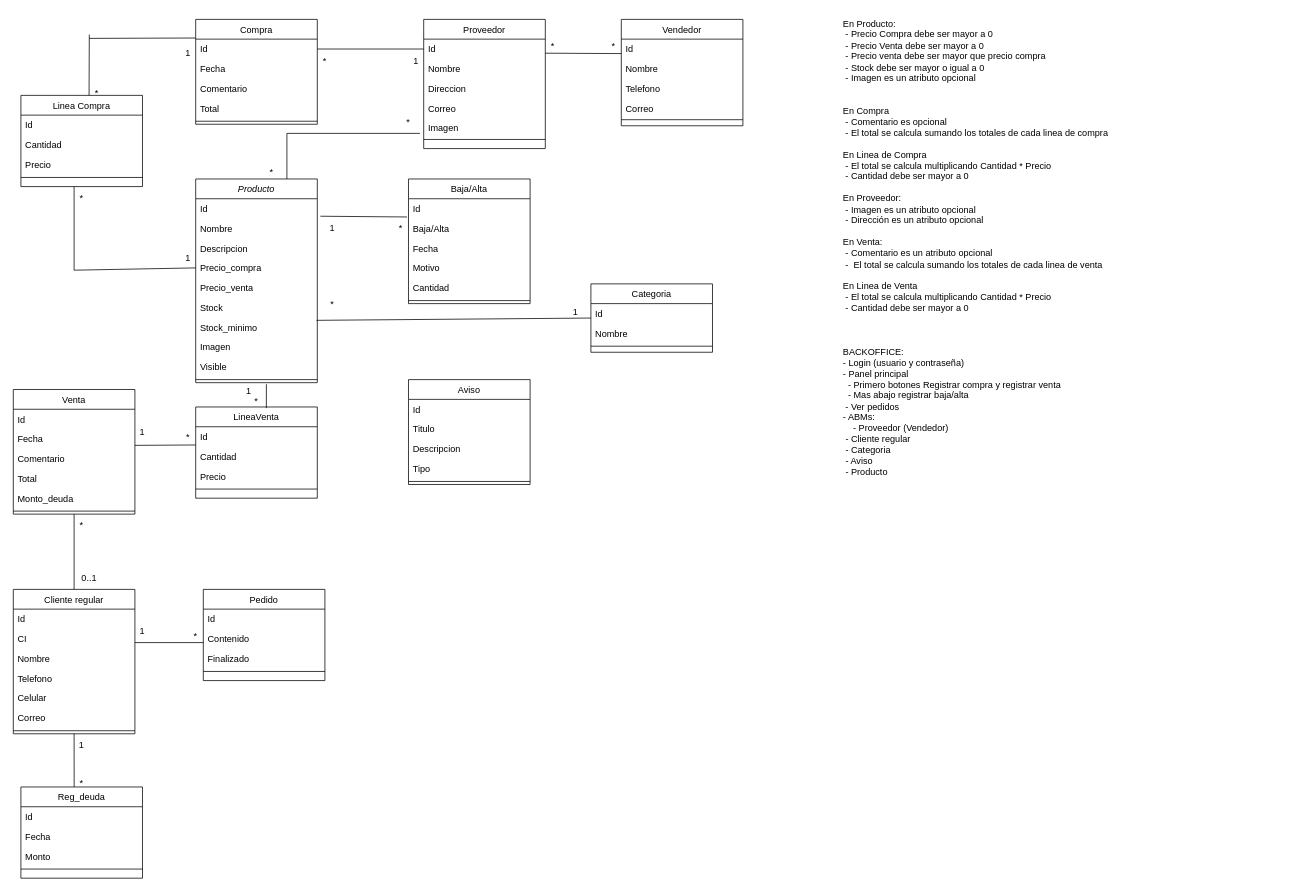
Before: despensa_rincon.drawio in Alexis-P252/despensaRinconBackend, a draw.io diagram. Source tidied: cells renumbered, new cells numbered last; positions are measured from the earlier drawing's top-left corner, leaving out a move shared by most shapes. Both pictures are drawn from the tidied source at 76%, with x=0, y=0 at pixel (13, 13).
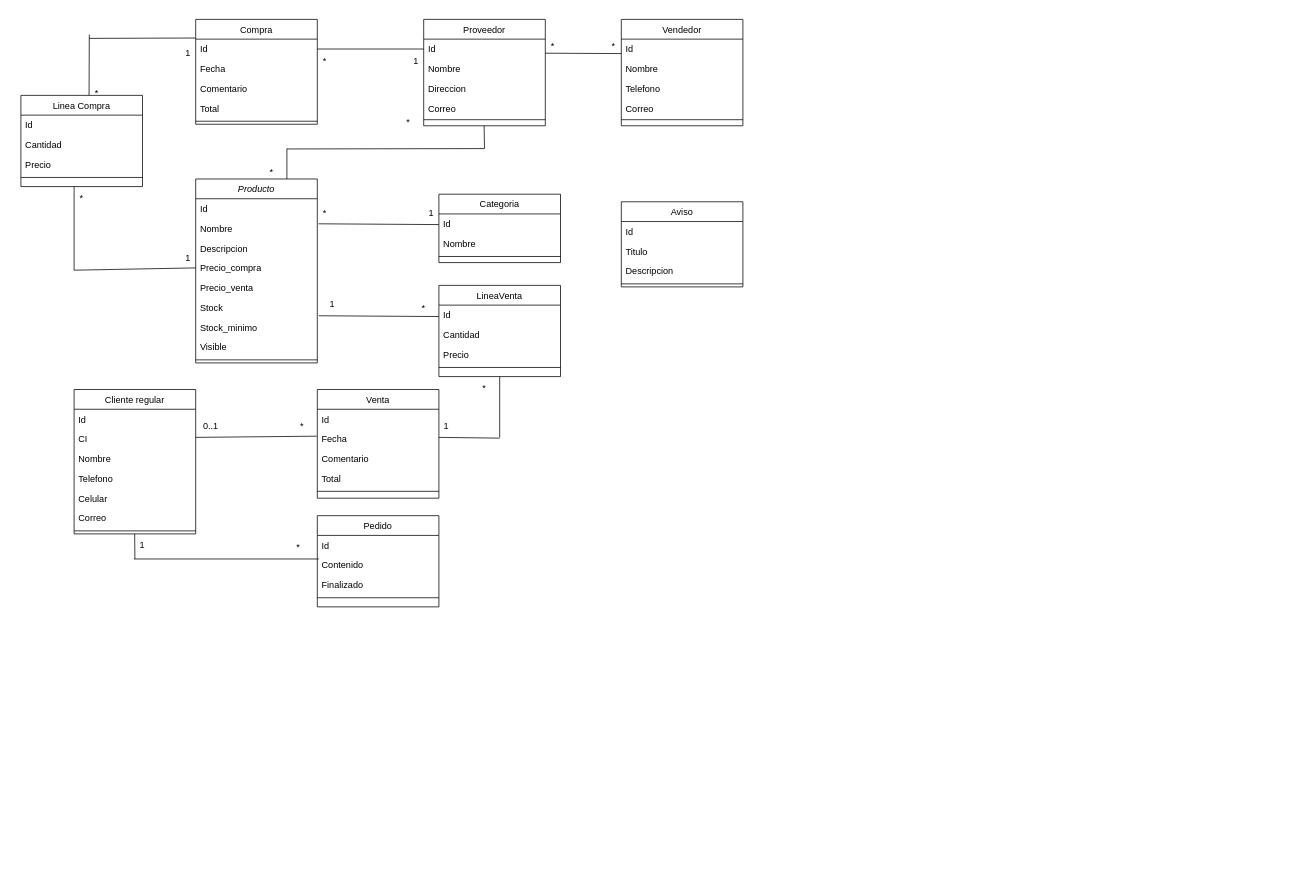
After the change.

Unchanged cells that the change refers to:
```xml
<mxCell id="4" value="Nombre" style="text;align=left;verticalAlign=top;spacingLeft=4;spacingRight=4;overflow=hidden;points=[[0,0.5],[1,0.5]];portConstraint=eastwest;rounded=0;shadow=0;html=0;" parent="2" vertex="1">
  <mxGeometry y="52" width="160" height="26" as="geometry" />
</mxCell>
<mxCell id="15" value="Fecha" style="text;align=left;verticalAlign=top;spacingLeft=4;spacingRight=4;overflow=hidden;points=[[0,0.5],[1,0.5]];portConstraint=eastwest;rounded=0;shadow=0;html=0;" parent="13" vertex="1">
  <mxGeometry y="52" width="160" height="26" as="geometry" />
</mxCell>
<mxCell id="114" value="*" style="text;html=1;strokeColor=none;fillColor=none;align=center;verticalAlign=middle;whiteSpace=wrap;rounded=0;" parent="1" vertex="1">
  <mxGeometry x="490" y="128" width="60" height="30" as="geometry" />
</mxCell>
```

The edit, as a diff of the source:
```diff
@@
     <mxCell id="2" value="Producto" style="swimlane;fontStyle=2;align=center;verticalAlign=top;horizontal=1;startSize=26;rounded=0;shadow=0;strokeWidth=1;" parent="1" vertex="1">
-      <mxGeometry x="240" y="218" width="160" height="268" as="geometry" />
+      <mxGeometry x="240" y="218" width="160" height="242" as="geometry" />
     </mxCell>
@@
-    <mxCell id="10" value="Imagen" style="text;align=left;verticalAlign=top;spacingLeft=4;spacingRight=4;overflow=hidden;rounded=0;shadow=0;html=0;" parent="2" vertex="1">
-      <mxGeometry y="208" width="160" height="26" as="geometry" />
-    </mxCell>
     <mxCell id="11" value="Visible" style="text;align=left;verticalAlign=top;spacingLeft=4;spacingRight=4;overflow=hidden;rounded=0;shadow=0;html=0;" parent="2" vertex="1">
-      <mxGeometry y="234" width="160" height="26" as="geometry" />
+      <mxGeometry y="208" width="160" height="26" as="geometry" />
     </mxCell>
     <mxCell id="12" style="line;html=1;strokeWidth=1;align=left;verticalAlign=middle;spacingTop=-1;spacingLeft=3;spacingRight=3;labelPosition=right;" parent="2" vertex="1">
-      <mxGeometry y="260" width="160" height="8" as="geometry" />
+      <mxGeometry y="234" width="160" height="8" as="geometry" />
     </mxCell>
     <mxCell id="13" value="Venta" style="swimlane;fontStyle=0;align=center;verticalAlign=top;horizontal=1;startSize=26;rounded=0;shadow=0;strokeWidth=1;" parent="1" vertex="1">
-      <mxGeometry y="495" width="160" height="164" as="geometry" />
+      <mxGeometry x="400" y="495" width="160" height="143" as="geometry" />
     </mxCell>
@@
-    <mxCell id="18" value="Monto_deuda" style="text;align=left;verticalAlign=top;spacingLeft=4;spacingRight=4;overflow=hidden;rounded=0;shadow=0;html=0;" parent="13" vertex="1">
-      <mxGeometry y="130" width="160" height="26" as="geometry" />
-    </mxCell>
     <mxCell id="19" style="line;html=1;strokeWidth=1;align=left;verticalAlign=middle;spacingTop=-1;spacingLeft=3;spacingRight=3;labelPosition=right;" parent="13" vertex="1">
-      <mxGeometry y="156" width="160" height="8" as="geometry" />
+      <mxGeometry y="130" width="160" height="8" as="geometry" />
     </mxCell>
@@
     <mxCell id="26" value="Proveedor" style="swimlane;fontStyle=0;align=center;verticalAlign=top;horizontal=1;startSize=26;rounded=0;shadow=0;strokeWidth=1;" parent="1" vertex="1">
-      <mxGeometry x="540" y="8" width="160" height="170" as="geometry" />
+      <mxGeometry x="540" y="8" width="160" height="140" as="geometry" />
     </mxCell>
@@
-    <mxCell id="31" value="Imagen" style="text;align=left;verticalAlign=top;spacingLeft=4;spacingRight=4;overflow=hidden;rounded=0;shadow=0;html=0;" parent="26" vertex="1">
-      <mxGeometry y="130" width="160" height="26" as="geometry" />
-    </mxCell>
     <mxCell id="32" style="line;html=1;strokeWidth=1;align=left;verticalAlign=middle;spacingTop=-1;spacingLeft=3;spacingRight=3;labelPosition=right;" parent="26" vertex="1">
-      <mxGeometry y="156" width="160" height="4" as="geometry" />
+      <mxGeometry y="130" width="160" height="4" as="geometry" />
     </mxCell>
@@
     <mxCell id="38" value="LineaVenta" style="swimlane;fontStyle=0;align=center;verticalAlign=top;horizontal=1;startSize=26;rounded=0;shadow=0;strokeWidth=1;" parent="1" vertex="1">
-      <mxGeometry x="240" y="518" width="160" height="120" as="geometry" />
+      <mxGeometry x="560" y="358" width="160" height="120" as="geometry" />
     </mxCell>
@@
-    <mxCell id="43" value="Baja/Alta" style="swimlane;fontStyle=0;align=center;verticalAlign=top;horizontal=1;startSize=26;rounded=0;shadow=0;strokeWidth=1;" parent="1" vertex="1">
-      <mxGeometry x="520" y="218" width="160" height="164" as="geometry" />
-    </mxCell>
-    <mxCell id="44" value="Id" style="text;align=left;verticalAlign=top;spacingLeft=4;spacingRight=4;overflow=hidden;points=[[0,0.5],[1,0.5]];portConstraint=eastwest;" parent="43" vertex="1">
-      <mxGeometry y="26" width="160" height="26" as="geometry" />
-    </mxCell>
-    <mxCell id="45" value="Baja/Alta" style="text;align=left;verticalAlign=top;spacingLeft=4;spacingRight=4;overflow=hidden;" parent="43" vertex="1">
-      <mxGeometry y="52" width="160" height="26" as="geometry" />
-    </mxCell>
-    <mxCell id="46" value="Fecha" style="text;align=left;verticalAlign=top;spacingLeft=4;spacingRight=4;overflow=hidden;" parent="43" vertex="1">
-      <mxGeometry y="78" width="160" height="26" as="geometry" />
-    </mxCell>
-    <mxCell id="47" value="Motivo" style="text;align=left;verticalAlign=top;spacingLeft=4;spacingRight=4;overflow=hidden;" parent="43" vertex="1">
-      <mxGeometry y="104" width="160" height="26" as="geometry" />
-    </mxCell>
-    <mxCell id="48" value="Cantidad" style="text;align=left;verticalAlign=top;spacingLeft=4;spacingRight=4;overflow=hidden;" parent="43" vertex="1">
-      <mxGeometry y="130" width="160" height="26" as="geometry" />
-    </mxCell>
-    <mxCell id="49" style="line;html=1;strokeWidth=1;align=left;verticalAlign=middle;spacingTop=-1;spacingLeft=3;spacingRight=3;labelPosition=right;" parent="43" vertex="1">
-      <mxGeometry y="156" width="160" height="8" as="geometry" />
-    </mxCell>
     <mxCell id="50" value="Aviso" style="swimlane;fontStyle=0;align=center;verticalAlign=top;horizontal=1;startSize=26;rounded=0;shadow=0;strokeWidth=1;" parent="1" vertex="1">
-      <mxGeometry x="520" y="482" width="160" height="138" as="geometry" />
+      <mxGeometry x="800" y="248" width="160" height="112" as="geometry" />
     </mxCell>
@@
-    <mxCell id="54" value="Tipo" style="text;align=left;verticalAlign=top;spacingLeft=4;spacingRight=4;overflow=hidden;" parent="50" vertex="1">
-      <mxGeometry y="104" width="160" height="26" as="geometry" />
-    </mxCell>
     <mxCell id="55" style="line;html=1;strokeWidth=1;align=left;verticalAlign=middle;spacingTop=-1;spacingLeft=3;spacingRight=3;labelPosition=right;" parent="50" vertex="1">
-      <mxGeometry y="130" width="160" height="8" as="geometry" />
+      <mxGeometry y="104" width="160" height="8" as="geometry" />
     </mxCell>
-    <mxCell id="56" style="endArrow=none;html=1;rounded=0;entryX=-0.012;entryY=0.923;entryDx=0;entryDy=0;entryPerimeter=0;exitX=1.025;exitY=-0.115;exitDx=0;exitDy=0;exitPerimeter=0;" parent="1" edge="1" source="4" target="44">
-      <mxGeometry relative="1" as="geometry" />
-    </mxCell>
-    <mxCell id="57" value="1" style="text;html=1;strokeColor=none;fillColor=none;align=center;verticalAlign=middle;whiteSpace=wrap;rounded=0;" parent="1" vertex="1">
-      <mxGeometry x="390" y="268" width="60" height="30" as="geometry" />
-    </mxCell>
-    <mxCell id="58" value="*" style="text;html=1;strokeColor=none;fillColor=none;align=center;verticalAlign=middle;whiteSpace=wrap;rounded=0;" parent="1" vertex="1">
-      <mxGeometry x="480" y="268" width="60" height="30" as="geometry" />
-    </mxCell>
@@
     <mxCell id="70" value="1" style="text;html=1;strokeColor=none;fillColor=none;align=center;verticalAlign=middle;whiteSpace=wrap;rounded=0;" parent="1" vertex="1">
-      <mxGeometry x="140" y="536" width="60" height="30" as="geometry" />
+      <mxGeometry x="540" y="528" width="60" height="30" as="geometry" />
     </mxCell>
     <mxCell id="71" value="*" style="text;html=1;strokeColor=none;fillColor=none;align=center;verticalAlign=middle;whiteSpace=wrap;rounded=0;" parent="1" vertex="1">
-      <mxGeometry x="290" y="495" width="60" height="30" as="geometry" />
+      <mxGeometry x="510" y="373" width="60" height="30" as="geometry" />
     </mxCell>
     <mxCell id="72" value="*" style="text;html=1;strokeColor=none;fillColor=none;align=center;verticalAlign=middle;whiteSpace=wrap;rounded=0;" parent="1" vertex="1">
-      <mxGeometry x="200" y="543" width="60" height="30" as="geometry" />
+      <mxGeometry x="590" y="478" width="60" height="30" as="geometry" />
     </mxCell>
     <mxCell id="73" value="1" style="text;html=1;strokeColor=none;fillColor=none;align=center;verticalAlign=middle;whiteSpace=wrap;rounded=0;" parent="1" vertex="1">
-      <mxGeometry x="280" y="482" width="60" height="30" as="geometry" />
+      <mxGeometry x="390" y="368" width="60" height="30" as="geometry" />
     </mxCell>
-    <mxCell id="74" style="endArrow=none;html=1;rounded=0;exitX=0.581;exitY=0.012;exitDx=0;exitDy=0;exitPerimeter=0;" parent="1" edge="1" source="38">
-      <mxGeometry relative="1" as="geometry">
-        <mxPoint x="333" y="488" as="targetPoint" />
-      </mxGeometry>
-    </mxCell>
-    <mxCell id="75" style="endArrow=none;html=1;rounded=0;" parent="1" edge="1">
+    <mxCell id="75" style="endArrow=none;html=1;rounded=0;entryX=0.5;entryY=1;entryDx=0;entryDy=0;" parent="1" edge="1" target="38">
       <mxGeometry relative="1" as="geometry">
-        <mxPoint x="160" y="568.5" as="sourcePoint" />
-        <mxPoint x="240" y="568" as="targetPoint" />
+        <mxPoint x="640" y="558" as="sourcePoint" />
       </mxGeometry>
     </mxCell>
     <mxCell id="76" value="Cliente regular" style="swimlane;fontStyle=0;align=center;verticalAlign=top;horizontal=1;startSize=26;rounded=0;shadow=0;strokeWidth=1;" parent="1" vertex="1">
-      <mxGeometry y="758" width="160" height="190" as="geometry" />
+      <mxGeometry x="80" y="495" width="160" height="190" as="geometry" />
     </mxCell>
@@
     <mxCell id="84" value="Categoria" style="swimlane;fontStyle=0;align=center;verticalAlign=top;horizontal=1;startSize=26;rounded=0;shadow=0;strokeWidth=1;" parent="1" vertex="1">
-      <mxGeometry x="760" y="356" width="160" height="90" as="geometry" />
+      <mxGeometry x="560" y="238" width="160" height="90" as="geometry" />
     </mxCell>
@@
-    <mxCell id="88" style="endArrow=none;html=1;rounded=0;exitX=0.15;exitY=1.2;exitDx=0;exitDy=0;exitPerimeter=0;" parent="1" edge="1" source="90">
-      <mxGeometry relative="1" as="geometry">
-        <mxPoint x="760" y="401" as="targetPoint" />
-      </mxGeometry>
-    </mxCell>
     <mxCell id="89" value="1" style="text;html=1;strokeColor=none;fillColor=none;align=center;verticalAlign=middle;whiteSpace=wrap;rounded=0;" parent="1" vertex="1">
-      <mxGeometry x="710" y="378" width="60" height="30" as="geometry" />
+      <mxGeometry x="520" y="248" width="60" height="30" as="geometry" />
     </mxCell>
     <mxCell id="90" value="*" style="text;html=1;strokeColor=none;fillColor=none;align=center;verticalAlign=middle;whiteSpace=wrap;rounded=0;" parent="1" vertex="1">
-      <mxGeometry x="390" y="368" width="60" height="30" as="geometry" />
+      <mxGeometry x="380" y="248" width="60" height="30" as="geometry" />
     </mxCell>
     <mxCell id="91" value="Pedido" style="swimlane;fontStyle=0;align=center;verticalAlign=top;horizontal=1;startSize=26;rounded=0;shadow=0;strokeWidth=1;" parent="1" vertex="1">
-      <mxGeometry x="250" y="758" width="160" height="120" as="geometry" />
+      <mxGeometry x="400" y="661" width="160" height="120" as="geometry" />
     </mxCell>
@@
     <mxCell id="96" value="1" style="text;html=1;strokeColor=none;fillColor=none;align=center;verticalAlign=middle;whiteSpace=wrap;rounded=0;" parent="1" vertex="1">
-      <mxGeometry x="140" y="798" width="60" height="30" as="geometry" />
+      <mxGeometry x="140" y="685" width="60" height="30" as="geometry" />
     </mxCell>
     <mxCell id="97" value="*" style="text;html=1;strokeColor=none;fillColor=none;align=center;verticalAlign=middle;whiteSpace=wrap;rounded=0;" parent="1" vertex="1">
-      <mxGeometry x="210" y="805" width="60" height="30" as="geometry" />
+      <mxGeometry x="345" y="688" width="60" height="30" as="geometry" />
     </mxCell>
     <mxCell id="98" style="endArrow=none;html=1;rounded=0;" parent="1" edge="1">
       <mxGeometry relative="1" as="geometry">
-        <mxPoint x="160" y="828" as="sourcePoint" />
-        <mxPoint x="250" y="828" as="targetPoint" />
+        <mxPoint x="159" y="718" as="sourcePoint" />
+        <mxPoint x="402" y="718" as="targetPoint" />
       </mxGeometry>
     </mxCell>
-    <mxCell id="99" value="En Producto:&lt;br&gt;&amp;nbsp;- Precio Compra debe ser mayor a 0&lt;br&gt;&amp;nbsp;- Precio Venta debe ser mayor a 0&lt;br&gt;&amp;nbsp;- Precio venta debe ser mayor que precio compra&lt;br&gt;&amp;nbsp;- Stock debe ser mayor o igual a 0&lt;br&gt;&amp;nbsp;- Imagen es un atributo opcional&lt;br&gt;&lt;br&gt;&lt;br&gt;En Compra&lt;br&gt;&amp;nbsp;- Comentario es opcional&lt;br&gt;&amp;nbsp;- El total se calcula sumando los totales de cada linea de compra&lt;br&gt;&lt;br&gt;En Linea de Compra&lt;br&gt;&amp;nbsp;- El total se calcula multiplicando Cantidad * Precio&lt;br&gt;&amp;nbsp;- Cantidad debe ser mayor a 0&lt;br&gt;&amp;nbsp;&lt;br&gt;En Proveedor:&lt;br&gt;&amp;nbsp;- Imagen es un atributo opcional&lt;br&gt;&amp;nbsp;- Dirección es un atributo opcional&lt;br&gt;&lt;br&gt;En Venta:&lt;br&gt;&amp;nbsp;- Comentario es un atributo opcional&lt;br&gt;&amp;nbsp;-&amp;nbsp; El total se calcula sumando los totales de cada linea de venta&lt;br&gt;&lt;br&gt;En Linea de Venta&lt;br style=&quot;border-color: var(--border-color);&quot;&gt;&amp;nbsp;- El total se calcula multiplicando Cantidad * Precio&lt;br style=&quot;border-color: var(--border-color);&quot;&gt;&amp;nbsp;- Cantidad debe ser mayor a 0&lt;br&gt;&lt;br&gt;&lt;br&gt;&lt;br&gt;BACKOFFICE:&lt;br&gt;- Login (usuario y contraseña)&lt;br&gt;- Panel principal&lt;br&gt;&amp;nbsp; - Primero botones Registrar compra y registrar venta&lt;br&gt;&amp;nbsp; - Mas abajo registrar baja/alta&lt;br&gt;&amp;nbsp;- Ver pedidos&lt;br&gt;- ABMs:&lt;br&gt;&amp;nbsp; &amp;nbsp;&lt;span style=&quot;white-space: pre;&quot;&gt; &lt;/span&gt;- Proveedor (Vendedor)&lt;br&gt;&lt;span style=&quot;white-space: pre;&quot;&gt; &lt;/span&gt;- Cliente regular&lt;br&gt;&lt;span style=&quot;white-space: pre;&quot;&gt; &lt;/span&gt;- Categoria&lt;br&gt;&lt;span style=&quot;white-space: pre;&quot;&gt; &lt;/span&gt;- Aviso&lt;br&gt;&lt;span style=&quot;white-space: pre;&quot;&gt; &lt;/span&gt;- Producto" style="text;html=1;strokeColor=none;fillColor=none;align=left;verticalAlign=top;whiteSpace=wrap;rounded=0;" parent="1" vertex="1">
-      <mxGeometry x="1090" width="590" height="688" as="geometry" />
-    </mxCell>
-    <mxCell id="100" value="Reg_deuda" style="swimlane;fontStyle=0;align=center;verticalAlign=top;horizontal=1;startSize=26;rounded=0;shadow=0;strokeWidth=1;" parent="1" vertex="1">
-      <mxGeometry x="10" y="1018" width="160" height="120" as="geometry" />
-    </mxCell>
-    <mxCell id="101" value="Id" style="text;align=left;verticalAlign=top;spacingLeft=4;spacingRight=4;overflow=hidden;" parent="100" vertex="1">
-      <mxGeometry y="26" width="160" height="26" as="geometry" />
-    </mxCell>
-    <mxCell id="102" value="Fecha" style="text;align=left;verticalAlign=top;spacingLeft=4;spacingRight=4;overflow=hidden;rounded=0;shadow=0;html=0;" parent="100" vertex="1">
-      <mxGeometry y="52" width="160" height="26" as="geometry" />
-    </mxCell>
-    <mxCell id="103" value="Monto" style="text;align=left;verticalAlign=top;spacingLeft=4;spacingRight=4;overflow=hidden;rounded=0;shadow=0;html=0;" parent="100" vertex="1">
-      <mxGeometry y="78" width="160" height="26" as="geometry" />
-    </mxCell>
-    <mxCell id="104" style="line;html=1;strokeWidth=1;align=left;verticalAlign=middle;spacingTop=-1;spacingLeft=3;spacingRight=3;labelPosition=right;" parent="100" vertex="1">
-      <mxGeometry y="104" width="160" height="8" as="geometry" />
-    </mxCell>
-    <mxCell id="105" style="endArrow=none;html=1;rounded=0;exitX=0.5;exitY=1;exitDx=0;exitDy=0;entryX=0.438;entryY=0;entryDx=0;entryDy=0;entryPerimeter=0;" parent="1" edge="1" source="76" target="100">
-      <mxGeometry relative="1" as="geometry" />
-    </mxCell>
-    <mxCell id="106" value="*" style="text;html=1;strokeColor=none;fillColor=none;align=center;verticalAlign=middle;whiteSpace=wrap;rounded=0;" parent="1" vertex="1">
-      <mxGeometry x="60" y="998" width="60" height="30" as="geometry" />
-    </mxCell>
-    <mxCell id="107" value="1" style="text;html=1;strokeColor=none;fillColor=none;align=center;verticalAlign=middle;whiteSpace=wrap;rounded=0;" parent="1" vertex="1">
-      <mxGeometry x="60" y="948" width="60" height="30" as="geometry" />
-    </mxCell>
-    <mxCell id="108" style="endArrow=none;html=1;rounded=0;exitX=0.5;exitY=1;exitDx=0;exitDy=0;entryX=0.5;entryY=0;entryDx=0;entryDy=0;" parent="1" edge="1" source="13" target="76">
-      <mxGeometry relative="1" as="geometry" />
-    </mxCell>
     <mxCell id="109" value="0..1" style="text;html=1;strokeColor=none;fillColor=none;align=center;verticalAlign=middle;whiteSpace=wrap;rounded=0;" parent="1" vertex="1">
-      <mxGeometry x="70" y="728" width="60" height="30" as="geometry" />
+      <mxGeometry x="230" y="528" width="60" height="30" as="geometry" />
     </mxCell>
     <mxCell id="110" value="*" style="text;html=1;strokeColor=none;fillColor=none;align=center;verticalAlign=middle;whiteSpace=wrap;rounded=0;" parent="1" vertex="1">
-      <mxGeometry x="60" y="659" width="60" height="30" as="geometry" />
+      <mxGeometry x="350" y="528" width="60" height="30" as="geometry" />
     </mxCell>
-    <mxCell id="111" style="endArrow=none;html=1;rounded=0;entryX=0.75;entryY=1;entryDx=0;entryDy=0;" parent="1" edge="1" target="114">
-      <mxGeometry relative="1" as="geometry">
-        <mxPoint x="360" y="158" as="sourcePoint" />
-      </mxGeometry>
-    </mxCell>
     <mxCell id="112" style="endArrow=none;html=1;rounded=0;" parent="1" edge="1">
       <mxGeometry relative="1" as="geometry">
         <mxPoint x="360" y="218" as="sourcePoint" />
-        <mxPoint x="360" y="158" as="targetPoint" />
+        <mxPoint x="360" y="178" as="targetPoint" />
       </mxGeometry>
     </mxCell>
@@
+    <mxCell id="124" style="endArrow=none;html=1;rounded=0;" parent="1" edge="1">
+      <mxGeometry relative="1" as="geometry">
+        <mxPoint x="360" y="178.5" as="sourcePoint" />
+        <mxPoint x="620" y="178" as="targetPoint" />
+      </mxGeometry>
+    </mxCell>
+    <mxCell id="125" style="endArrow=none;html=1;rounded=0;" parent="1" edge="1">
+      <mxGeometry relative="1" as="geometry">
+        <mxPoint x="620" y="178" as="sourcePoint" />
+        <mxPoint x="619.5" y="148" as="targetPoint" />
+      </mxGeometry>
+    </mxCell>
+    <mxCell id="126" style="endArrow=none;html=1;rounded=0;exitX=1.01;exitY=0.269;exitDx=0;exitDy=0;exitPerimeter=0;" parent="1" edge="1" source="4">
+      <mxGeometry relative="1" as="geometry">
+        <mxPoint x="560" y="278" as="targetPoint" />
+      </mxGeometry>
+    </mxCell>
+    <mxCell id="127" style="endArrow=none;html=1;rounded=0;exitX=1.01;exitY=0.269;exitDx=0;exitDy=0;exitPerimeter=0;" parent="1" edge="1">
+      <mxGeometry relative="1" as="geometry">
+        <mxPoint x="402" y="398" as="sourcePoint" />
+        <mxPoint x="560" y="399" as="targetPoint" />
+      </mxGeometry>
+    </mxCell>
+    <mxCell id="128" style="endArrow=none;html=1;rounded=0;exitX=1.01;exitY=0.269;exitDx=0;exitDy=0;exitPerimeter=0;" parent="1" edge="1">
+      <mxGeometry relative="1" as="geometry">
+        <mxPoint x="560" y="558" as="sourcePoint" />
+        <mxPoint x="640" y="559" as="targetPoint" />
+      </mxGeometry>
+    </mxCell>
+    <mxCell id="129" style="endArrow=none;html=1;rounded=0;exitX=1.01;exitY=0.269;exitDx=0;exitDy=0;exitPerimeter=0;entryX=-0.004;entryY=0.363;entryDx=0;entryDy=0;entryPerimeter=0;" parent="1" edge="1" target="15">
+      <mxGeometry relative="1" as="geometry">
+        <mxPoint x="240" y="558" as="sourcePoint" />
+      </mxGeometry>
+    </mxCell>
+    <mxCell id="130" style="endArrow=none;html=1;rounded=0;entryX=0.5;entryY=1;entryDx=0;entryDy=0;" parent="1" edge="1">
+      <mxGeometry relative="1" as="geometry">
+        <mxPoint x="160" y="718" as="sourcePoint" />
+        <mxPoint x="159.7" y="685" as="targetPoint" />
+      </mxGeometry>
+    </mxCell>
```
